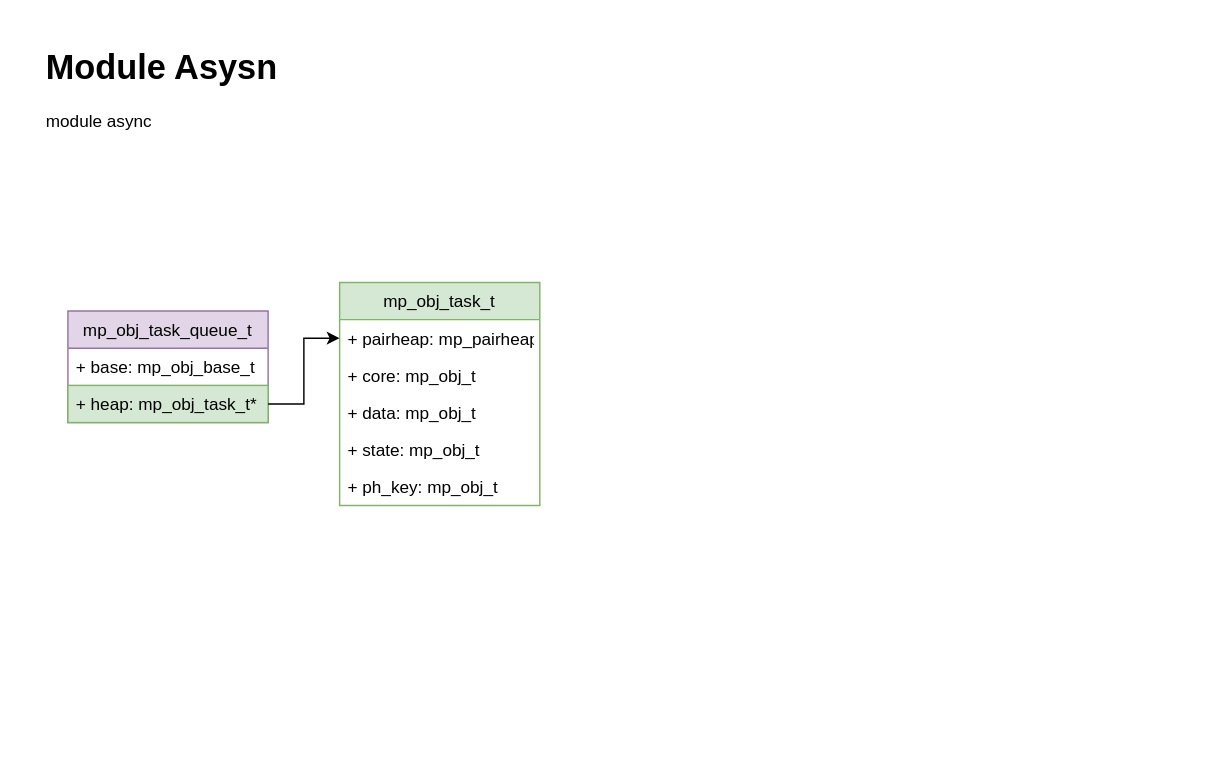
The draw.io diagram uPyIWM/diagrams/async.drawio in over-infinity/-Tutorials, before the edit. Source tidied: cells renumbered, new cells numbered last; positions are measured from the earlier drawing's top-left corner, leaving out a move shared by most shapes. Both pictures are drawn from the tidied source at 143%, with x=0, y=0 at pixel (39, 39).
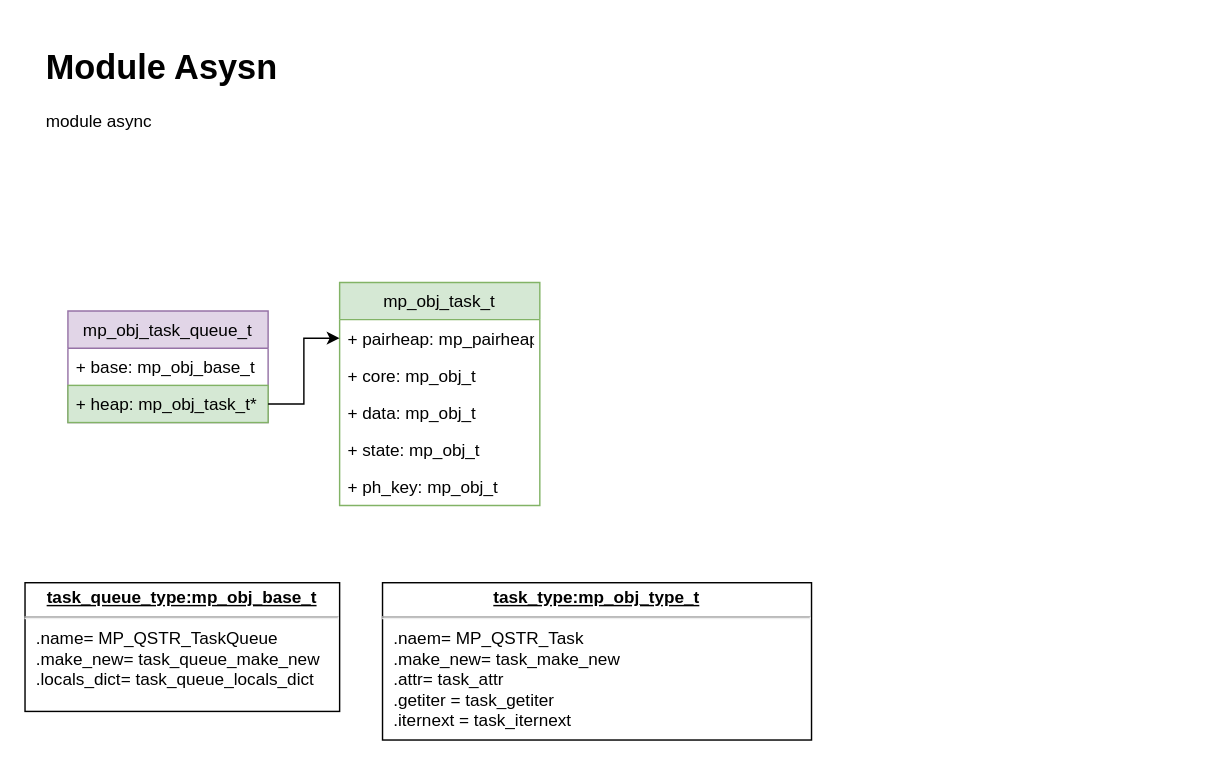
After the change.

What changed in the source:
```diff
@@
 <mxGraphModel>
   <root>
     <mxCell id="0" />
     <mxCell id="1" parent="0" />
     <mxCell id="2" value="mp_obj_task_t" style="swimlane;fontStyle=0;horizontal=1;startSize=26;fillColor=#d5e8d4;strokeColor=#82b366;" parent="1" vertex="1">
       <mxGeometry x="210" y="170" width="140" height="156" as="geometry" />
     </mxCell>
     <mxCell id="3" value="+ pairheap: mp_pairheap_t&#10;" style="text;strokeColor=none;fillColor=none;align=left;verticalAlign=top;spacingLeft=4;spacingRight=4;overflow=hidden;points=[[0,0.5],[1,0.5]];portConstraint=eastwest;" parent="2" vertex="1">
       <mxGeometry y="26" width="140" height="26" as="geometry" />
     </mxCell>
     <mxCell id="4" value="+ core: mp_obj_t" style="text;strokeColor=none;fillColor=none;align=left;verticalAlign=top;spacingLeft=4;spacingRight=4;overflow=hidden;" parent="2" vertex="1">
       <mxGeometry y="52" width="140" height="26" as="geometry" />
     </mxCell>
     <mxCell id="5" value="+ data: mp_obj_t" style="text;strokeColor=none;fillColor=none;align=left;verticalAlign=top;spacingLeft=4;spacingRight=4;overflow=hidden;" parent="2" vertex="1">
       <mxGeometry y="78" width="140" height="26" as="geometry" />
     </mxCell>
     <mxCell id="6" value="+ state: mp_obj_t" style="text;strokeColor=none;fillColor=none;align=left;verticalAlign=top;spacingLeft=4;spacingRight=4;overflow=hidden;" parent="2" vertex="1">
       <mxGeometry y="104" width="140" height="26" as="geometry" />
     </mxCell>
     <mxCell id="7" value="+ ph_key: mp_obj_t" style="text;strokeColor=none;fillColor=none;align=left;verticalAlign=top;spacingLeft=4;spacingRight=4;overflow=hidden;" parent="2" vertex="1">
       <mxGeometry y="130" width="140" height="26" as="geometry" />
     </mxCell>
     <mxCell id="8" value="mp_obj_task_queue_t" style="swimlane;fontStyle=0;horizontal=1;startSize=26;fillColor=#e1d5e7;strokeColor=#9673a6;" parent="1" vertex="1">
       <mxGeometry x="20" y="190" width="140" height="78" as="geometry" />
     </mxCell>
     <mxCell id="9" value="+ base: mp_obj_base_t" style="text;strokeColor=none;fillColor=none;align=left;verticalAlign=top;spacingLeft=4;spacingRight=4;overflow=hidden;" parent="8" vertex="1">
       <mxGeometry y="26" width="140" height="26" as="geometry" />
     </mxCell>
     <mxCell id="10" value="+ heap: mp_obj_task_t*" style="text;strokeColor=#82b366;fillColor=#d5e8d4;align=left;verticalAlign=top;spacingLeft=4;spacingRight=4;overflow=hidden;points=[[0,0.5],[1,0.5]];portConstraint=eastwest;" parent="8" vertex="1">
       <mxGeometry y="52" width="140" height="26" as="geometry" />
     </mxCell>
     <mxCell id="11" style="edgeStyle=orthogonalEdgeStyle;rounded=0;jettySize=auto;html=1;" parent="1" edge="1" source="10" target="3">
       <mxGeometry relative="1" as="geometry" />
     </mxCell>
     <mxCell id="12" value="&lt;h1&gt;Module Asysn&lt;br&gt;&lt;/h1&gt;&lt;p&gt;module async&lt;br&gt;&lt;/p&gt;" style="text;html=1;strokeColor=none;fillColor=none;spacing=5;spacingTop=-20;whiteSpace=wrap;overflow=hidden;rounded=0;" parent="1" vertex="1">
       <mxGeometry width="810" height="120" as="geometry" />
     </mxCell>
+    <mxCell id="13" value="&lt;p style=&quot;margin: 0px ; margin-top: 4px ; text-align: center ; text-decoration: underline&quot;&gt;&lt;b&gt;task_queue_type:mp_obj_base_t&lt;/b&gt;&lt;/p&gt;&lt;hr&gt;&lt;p style=&quot;margin: 0px ; margin-left: 8px&quot;&gt;.name= MP_QSTR_TaskQueue&lt;br&gt;.make_new= task_queue_make_new&lt;br&gt;.locals_dict= task_queue_locals_dict&lt;/p&gt;" style="verticalAlign=top;align=left;overflow=fill;fontSize=12;fontFamily=Helvetica;html=1;" parent="1" vertex="1">
+      <mxGeometry x="-10" y="380" width="220" height="90" as="geometry" />
+    </mxCell>
+    <mxCell id="14" value="&lt;p style=&quot;margin: 0px ; margin-top: 4px ; text-align: center ; text-decoration: underline&quot;&gt;&lt;b&gt;task_type:mp_obj_type_t&lt;/b&gt;&lt;/p&gt;&lt;hr&gt;&lt;p style=&quot;margin: 0px ; margin-left: 8px&quot;&gt;.naem= MP_QSTR_Task&lt;br&gt;.make_new= task_make_new&lt;br&gt;.attr= task_attr&lt;/p&gt;&lt;p style=&quot;margin: 0px ; margin-left: 8px&quot;&gt;.getiter = task_getiter&lt;/p&gt;&lt;p style=&quot;margin: 0px ; margin-left: 8px&quot;&gt;.iternext = task_iternext&lt;br&gt;&lt;/p&gt;&lt;p style=&quot;margin: 0px ; margin-left: 8px&quot;&gt;&lt;br&gt;&lt;/p&gt;" style="verticalAlign=top;align=left;overflow=fill;fontSize=12;fontFamily=Helvetica;html=1;" parent="1" vertex="1">
+      <mxGeometry x="240" y="380" width="300" height="110" as="geometry" />
+    </mxCell>
   </root>
 </mxGraphModel>
```
